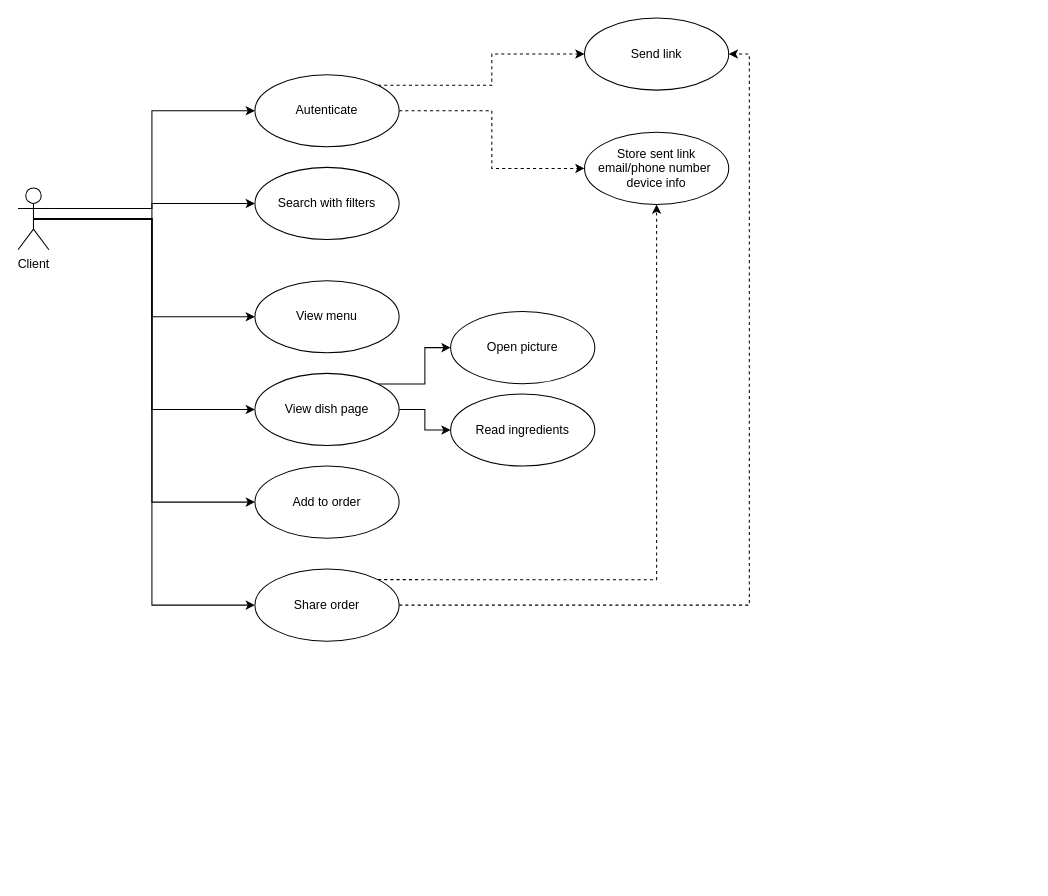
perandr/horeca keeps this draw.io diagram as Horeca_useCase.drawio. Above is the earlier version. Source tidied: cells renumbered, new cells numbered last; positions are measured from the earlier drawing's top-left corner, leaving out a move shared by most shapes. Both pictures are drawn from the tidied source at 103%, with x=0, y=0 at pixel (18, 18).
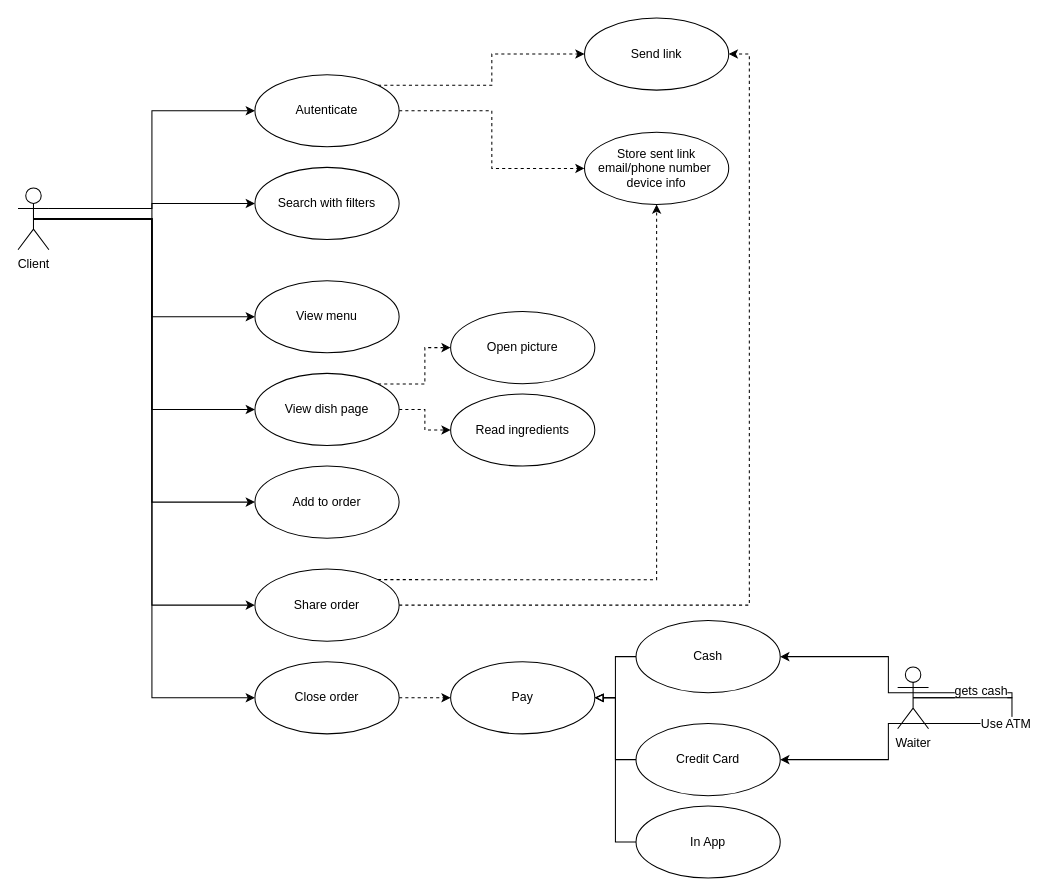
Above is the later version.

Unchanged cells that the change refers to:
```xml
<mxCell id="11" value="&lt;div&gt;Client&lt;/div&gt;" style="shape=umlActor;verticalLabelPosition=bottom;labelBackgroundColor=#ffffff;verticalAlign=top;html=1;" parent="1" vertex="1">
  <mxGeometry y="165" width="30" height="60" as="geometry" />
</mxCell>
<mxCell id="19" value="Open picture" style="ellipse;whiteSpace=wrap;html=1;" parent="1" vertex="1">
  <mxGeometry x="420" y="285" width="140" height="70" as="geometry" />
</mxCell>
<mxCell id="20" value="Read ingredients" style="ellipse;whiteSpace=wrap;html=1;" parent="1" vertex="1">
  <mxGeometry x="420" y="365" width="140" height="70" as="geometry" />
</mxCell>
<mxCell id="23" value="View dish page" style="ellipse;whiteSpace=wrap;html=1;" parent="1" vertex="1">
  <mxGeometry x="230" y="345" width="140" height="70" as="geometry" />
</mxCell>
```

The edit, as a diff of the source:
```diff
@@
+    <mxCell id="25" style="edgeStyle=orthogonalEdgeStyle;rounded=0;jettySize=auto;html=1;exitX=0.5;exitY=0.5;exitDx=0;exitDy=0;exitPerimeter=0;entryX=0;entryY=0.5;entryDx=0;entryDy=0;" parent="1" edge="1" source="11" target="27">
+      <mxGeometry relative="1" as="geometry" />
+    </mxCell>
@@
-    <mxCell id="21" style="edgeStyle=orthogonalEdgeStyle;rounded=0;jettySize=auto;html=1;exitX=1;exitY=0;exitDx=0;exitDy=0;entryX=0;entryY=0.5;entryDx=0;entryDy=0;" parent="1" edge="1" source="23" target="19">
+    <mxCell id="21" style="edgeStyle=orthogonalEdgeStyle;rounded=0;jettySize=auto;html=1;exitX=1;exitY=0;exitDx=0;exitDy=0;entryX=0;entryY=0.5;entryDx=0;entryDy=0;dashed=1;" parent="1" edge="1" source="23" target="19">
       <mxGeometry relative="1" as="geometry" />
     </mxCell>
-    <mxCell id="22" style="edgeStyle=orthogonalEdgeStyle;rounded=0;jettySize=auto;html=1;exitX=1;exitY=0.5;exitDx=0;exitDy=0;" parent="1" edge="1" source="23" target="20">
+    <mxCell id="22" style="edgeStyle=orthogonalEdgeStyle;rounded=0;jettySize=auto;html=1;exitX=1;exitY=0.5;exitDx=0;exitDy=0;dashed=1;" parent="1" edge="1" source="23" target="20">
       <mxGeometry relative="1" as="geometry" />
     </mxCell>
@@
+    <mxCell id="26" style="edgeStyle=orthogonalEdgeStyle;rounded=0;jettySize=auto;html=1;exitX=1;exitY=0.5;exitDx=0;exitDy=0;dashed=1;" parent="1" edge="1" source="27" target="28">
+      <mxGeometry relative="1" as="geometry" />
+    </mxCell>
+    <mxCell id="27" value="Close order" style="ellipse;whiteSpace=wrap;html=1;" parent="1" vertex="1">
+      <mxGeometry x="230" y="625" width="140" height="70" as="geometry" />
+    </mxCell>
+    <mxCell id="28" value="Pay" style="ellipse;whiteSpace=wrap;html=1;" parent="1" vertex="1">
+      <mxGeometry x="420" y="625" width="140" height="70" as="geometry" />
+    </mxCell>
+    <mxCell id="29" style="edgeStyle=orthogonalEdgeStyle;rounded=0;jettySize=auto;html=1;exitX=0;exitY=0.5;exitDx=0;exitDy=0;entryX=1;entryY=0.5;entryDx=0;entryDy=0;endArrow=block;endFill=0;" parent="1" edge="1" source="30" target="28">
+      <mxGeometry relative="1" as="geometry" />
+    </mxCell>
+    <mxCell id="30" value="Cash" style="ellipse;whiteSpace=wrap;html=1;" parent="1" vertex="1">
+      <mxGeometry x="600" y="585" width="140" height="70" as="geometry" />
+    </mxCell>
+    <mxCell id="31" style="edgeStyle=orthogonalEdgeStyle;rounded=0;jettySize=auto;html=1;exitX=0;exitY=0.5;exitDx=0;exitDy=0;entryX=1;entryY=0.5;entryDx=0;entryDy=0;endArrow=block;endFill=0;" parent="1" edge="1" source="32" target="28">
+      <mxGeometry relative="1" as="geometry" />
+    </mxCell>
+    <mxCell id="32" value="Credit Card" style="ellipse;whiteSpace=wrap;html=1;" parent="1" vertex="1">
+      <mxGeometry x="600" y="685" width="140" height="70" as="geometry" />
+    </mxCell>
+    <mxCell id="33" style="edgeStyle=orthogonalEdgeStyle;rounded=0;jettySize=auto;html=1;exitX=0.5;exitY=0.5;exitDx=0;exitDy=0;exitPerimeter=0;endArrow=classic;endFill=1;" parent="1" edge="1" source="37" target="30">
+      <mxGeometry relative="1" as="geometry">
+        <Array as="points">
+          <mxPoint x="965" y="655" />
+          <mxPoint x="845" y="655" />
+          <mxPoint x="845" y="620" />
+        </Array>
+      </mxGeometry>
+    </mxCell>
+    <mxCell id="34" value="gets cash" style="text;html=1;align=center;verticalAlign=middle;labelBackgroundColor=#ffffff;" parent="33" vertex="1">
+      <mxGeometry x="-0.27" y="-2" relative="1" as="geometry" />
+    </mxCell>
+    <mxCell id="35" style="edgeStyle=orthogonalEdgeStyle;rounded=0;jettySize=auto;html=1;exitX=0.5;exitY=0.5;exitDx=0;exitDy=0;exitPerimeter=0;entryX=1;entryY=0.5;entryDx=0;entryDy=0;endArrow=classic;endFill=1;" parent="1" edge="1" source="37" target="32">
+      <mxGeometry relative="1" as="geometry">
+        <Array as="points">
+          <mxPoint x="965" y="685" />
+          <mxPoint x="845" y="685" />
+          <mxPoint x="845" y="720" />
+        </Array>
+      </mxGeometry>
+    </mxCell>
+    <mxCell id="36" value="Use ATM" style="text;html=1;align=center;verticalAlign=middle;labelBackgroundColor=#ffffff;" parent="35" vertex="1">
+      <mxGeometry x="-0.33" relative="1" as="geometry" />
+    </mxCell>
+    <mxCell id="37" value="Waiter" style="shape=umlActor;verticalLabelPosition=bottom;labelBackgroundColor=#ffffff;verticalAlign=top;html=1;" parent="1" vertex="1">
+      <mxGeometry x="854" y="630" width="30" height="60" as="geometry" />
+    </mxCell>
+    <mxCell id="38" value="In App" style="ellipse;whiteSpace=wrap;html=1;" parent="1" vertex="1">
+      <mxGeometry x="600" y="765" width="140" height="70" as="geometry" />
+    </mxCell>
+    <mxCell id="39" style="edgeStyle=orthogonalEdgeStyle;rounded=0;jettySize=auto;html=1;exitX=0;exitY=0.5;exitDx=0;exitDy=0;entryX=1;entryY=0.5;entryDx=0;entryDy=0;endArrow=block;endFill=0;" parent="1" edge="1" source="38" target="28">
+      <mxGeometry relative="1" as="geometry" />
+    </mxCell>
```
